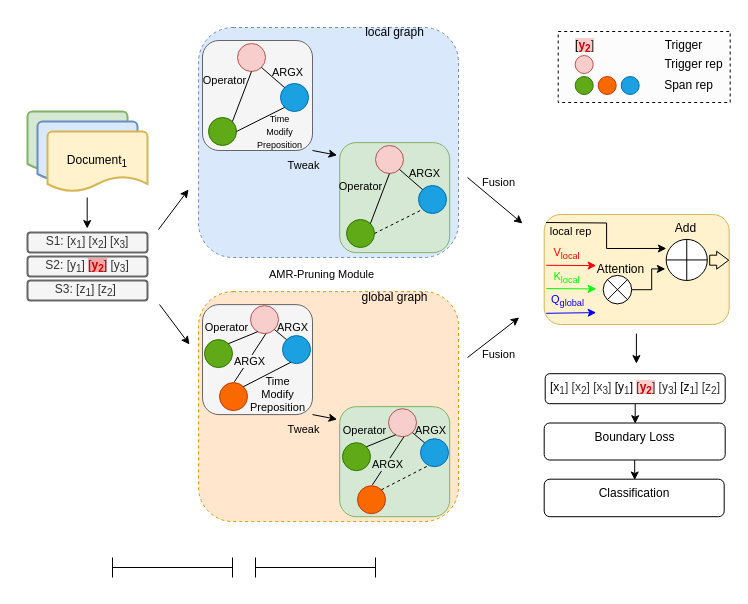
This is model-modify2.drawio from crawlerWPS/drawing, a draw.io file, before an edit. Source tidied: cells renumbered, new cells numbered last; positions are measured from the earlier drawing's top-left corner, leaving out a move shared by most shapes. Both pictures are drawn from the tidied source at 100%, with x=0, y=0 at pixel (27, 17).
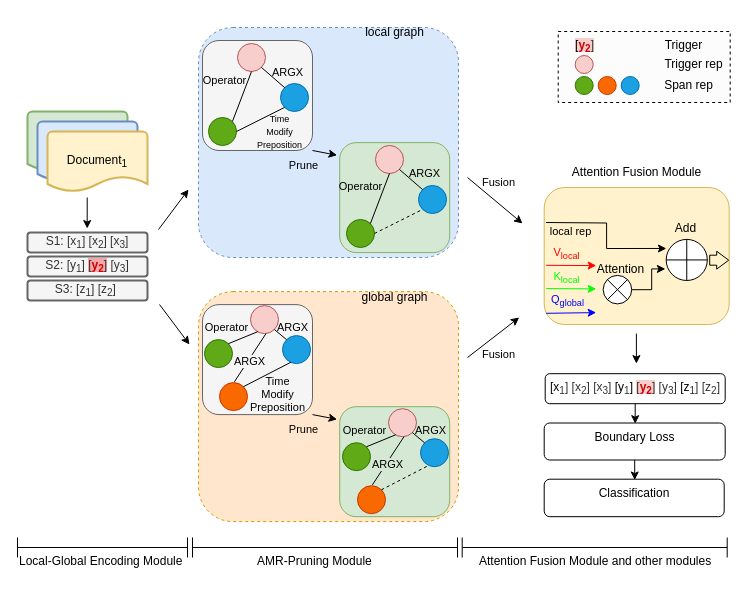
After the change.

The change refers to these unchanged cells:
```xml
<mxCell id="17" style="edgeStyle=none;jettySize=auto;html=1;rounded=0;entryX=-0.024;entryY=0.115;entryDx=0;entryDy=0;entryPerimeter=0;exitX=1;exitY=1;exitDx=0;exitDy=0;" parent="1" edge="1" source="3" target="16">
  <mxGeometry relative="1" as="geometry" />
</mxCell>
<mxCell id="70" style="edgeStyle=none;jettySize=auto;html=1;rounded=0;entryX=-0.024;entryY=0.115;entryDx=0;entryDy=0;entryPerimeter=0;exitX=1;exitY=1;exitDx=0;exitDy=0;" parent="1" edge="1" source="68" target="69">
  <mxGeometry relative="1" as="geometry" />
</mxCell>
```

The edit, as a diff of the source:
```diff
@@
-    <mxCell id="18" value="Tweak" style="edgeLabel;html=1;align=center;verticalAlign=middle;labelBackgroundColor=#dae8fc;" parent="17" vertex="1">
+    <mxCell id="18" value="Prune" style="edgeLabel;html=1;align=center;verticalAlign=middle;labelBackgroundColor=#dae8fc;" parent="17" vertex="1">
       <mxGeometry x="-0.42" relative="1" as="geometry">
         <mxPoint x="-16" y="13" as="offset" />
       </mxGeometry>
     </mxCell>
@@
     <mxCell id="43" style="rounded=1;whiteSpace=wrap;html=1;fillColor=#fff2cc;strokeColor=#d6b656;" parent="1" vertex="1">
-      <mxGeometry x="516.7" y="197" width="185" height="110" as="geometry" />
+      <mxGeometry x="516.7" y="170" width="185" height="137" as="geometry" />
     </mxCell>
@@
-    <mxCell id="71" value="Tweak" style="edgeLabel;html=1;align=center;verticalAlign=middle;labelBackgroundColor=#ffe6cc;" parent="70" vertex="1">
+    <mxCell id="71" value="Prune" style="edgeLabel;html=1;align=center;verticalAlign=middle;labelBackgroundColor=#ffe6cc;" parent="70" vertex="1">
       <mxGeometry x="-0.42" relative="1" as="geometry">
         <mxPoint x="-16" y="13" as="offset" />
       </mxGeometry>
     </mxCell>
@@
     <mxCell id="96" style="shape=crossbar;whiteSpace=wrap;html=1;rounded=1;" parent="1" vertex="1">
-      <mxGeometry x="85" y="540" width="120" height="20" as="geometry" />
+      <mxGeometry x="-10" y="520" width="170" height="20" as="geometry" />
     </mxCell>
     <mxCell id="97" style="shape=crossbar;whiteSpace=wrap;html=1;rounded=1;" parent="1" vertex="1">
-      <mxGeometry x="228" y="540" width="120" height="20" as="geometry" />
+      <mxGeometry x="165" y="520" width="265" height="20" as="geometry" />
     </mxCell>
+    <mxCell id="99" value="Attention Fusion Module" style="text;html=1;align=center;verticalAlign=middle;strokeColor=none;fillColor=none;" parent="1" vertex="1">
+      <mxGeometry x="534.2" y="140" width="150" height="30" as="geometry" />
+    </mxCell>
-    <mxCell id="98" value="&lt;span style=&quot;color: rgb(0, 0, 0); font-family: Helvetica; font-size: 11px; font-style: normal; font-variant-ligatures: normal; font-variant-caps: normal; font-weight: 400; letter-spacing: normal; orphans: 2; text-align: center; text-indent: 0px; text-transform: none; widows: 2; word-spacing: 0px; -webkit-text-stroke-width: 0px; background-color: rgb(255, 255, 255); text-decoration-thickness: initial; text-decoration-style: initial; text-decoration-color: initial; float: none; display: inline !important;&quot;&gt;AMR-Pruning Module&lt;/span&gt;" style="text;whiteSpace=wrap;html=1;" parent="1" vertex="1">
-      <mxGeometry x="240" y="243" width="140" height="40" as="geometry" />
+    <mxCell id="98" value="&lt;span style=&quot;color: rgb(0, 0, 0); font-family: Helvetica; font-style: normal; font-variant-ligatures: normal; font-variant-caps: normal; font-weight: 400; letter-spacing: normal; orphans: 2; text-align: center; text-indent: 0px; text-transform: none; widows: 2; word-spacing: 0px; -webkit-text-stroke-width: 0px; background-color: rgb(255, 255, 255); text-decoration-thickness: initial; text-decoration-style: initial; text-decoration-color: initial; float: none; display: inline !important;&quot;&gt;&lt;font style=&quot;font-size: 12px;&quot;&gt;AMR-Pruning Module&lt;/font&gt;&lt;/span&gt;" style="text;whiteSpace=wrap;html=1;" parent="1" vertex="1">
+      <mxGeometry x="227.5" y="530" width="140" height="40" as="geometry" />
     </mxCell>
+    <mxCell id="100" value="&lt;div style=&quot;text-align: center;&quot;&gt;&lt;span style=&quot;background-color: rgb(255, 255, 255);&quot;&gt;Local-Global Encoding Module&lt;/span&gt;&lt;/div&gt;" style="text;whiteSpace=wrap;html=1;" parent="1" vertex="1">
+      <mxGeometry x="-10" y="530" width="170" height="40" as="geometry" />
+    </mxCell>
+    <mxCell id="101" style="shape=crossbar;whiteSpace=wrap;html=1;rounded=1;" parent="1" vertex="1">
+      <mxGeometry x="434.7" y="520" width="265" height="20" as="geometry" />
+    </mxCell>
+    <mxCell id="102" value="&lt;span style=&quot;color: rgb(0, 0, 0); font-family: Helvetica; font-style: normal; font-variant-ligatures: normal; font-variant-caps: normal; font-weight: 400; letter-spacing: normal; orphans: 2; text-align: center; text-indent: 0px; text-transform: none; widows: 2; word-spacing: 0px; -webkit-text-stroke-width: 0px; background-color: rgb(255, 255, 255); text-decoration-thickness: initial; text-decoration-style: initial; text-decoration-color: initial; float: none; display: inline !important;&quot;&gt;&lt;font style=&quot;font-size: 12px;&quot;&gt;Attention Fusion Module and other modules&lt;/font&gt;&lt;/span&gt;" style="text;whiteSpace=wrap;html=1;" parent="1" vertex="1">
+      <mxGeometry x="450" y="530" width="240" height="40" as="geometry" />
+    </mxCell>
```
